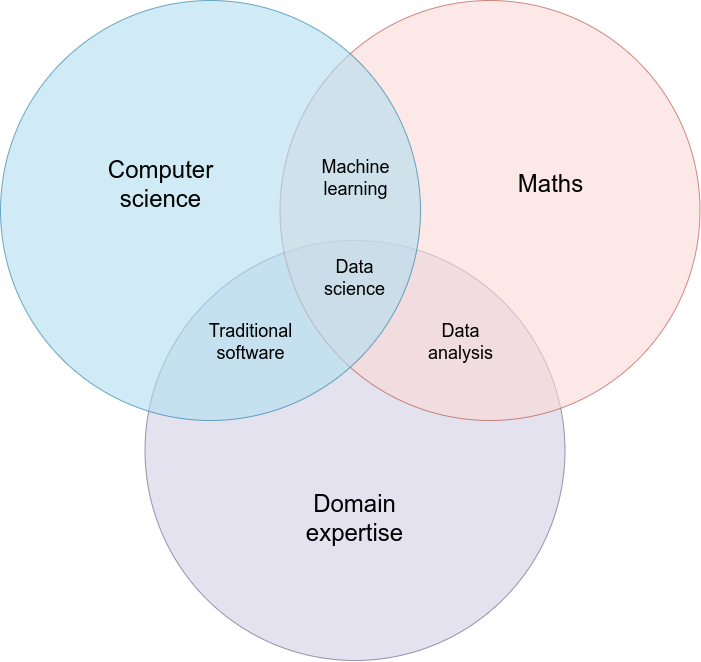
The draw.io diagram diagrams/computer_science_vs_math_vs_domain_expertise.drawio.png in ryndovaira-org/data_science_lectures, before a commit. Source tidied: cells renumbered, new cells last; positions are measured from the earlier drawing's top-left corner, leaving out a move shared by most shapes.
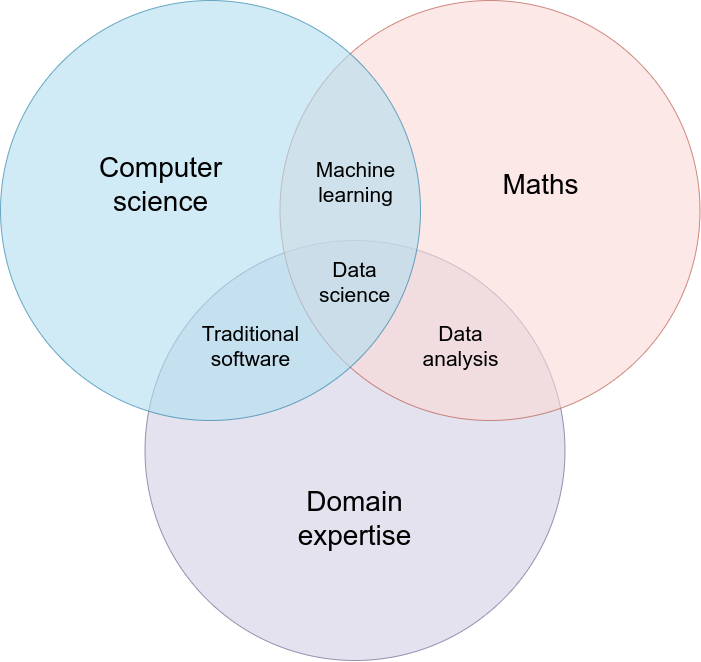
After the change.

The edit, as a diff of the source:
```diff
@@ -11,25 +11,25 @@
     <mxCell id="4" style="ellipse;fillColor=#b1ddf0;opacity=60;strokeColor=#10739e;html=1;fontSize=19;rotation=0;" parent="1" vertex="1">
       <mxGeometry width="420" height="420" as="geometry" />
     </mxCell>
-    <mxCell id="5" value="&lt;div style=&quot;font-size: 24px;&quot;&gt;Computer&lt;/div&gt;&lt;div style=&quot;font-size: 24px;&quot;&gt;science&lt;/div&gt;" style="text;fontSize=24;align=center;verticalAlign=middle;html=1;fontColor=#000000;" parent="1" vertex="1">
+    <mxCell id="5" value="&lt;div style=&quot;font-size: 28px;&quot;&gt;Computer&lt;/div&gt;&lt;div style=&quot;font-size: 28px;&quot;&gt;science&lt;/div&gt;" style="text;fontSize=28;align=center;verticalAlign=middle;html=1;fontColor=#000000;" parent="1" vertex="1">
       <mxGeometry x="100" y="143.5" width="120" height="80" as="geometry" />
     </mxCell>
-    <mxCell id="6" value="Maths" style="text;fontSize=24;align=center;verticalAlign=middle;html=1;fontColor=#000000;" parent="1" vertex="1">
-      <mxGeometry x="490" y="143.5" width="120" height="80" as="geometry" />
+    <mxCell id="6" value="Maths" style="text;fontSize=28;align=center;verticalAlign=middle;html=1;fontColor=#000000;" parent="1" vertex="1">
+      <mxGeometry x="480" y="143.5" width="120" height="80" as="geometry" />
     </mxCell>
-    <mxCell id="7" value="&lt;div style=&quot;font-size: 24px;&quot;&gt;Domain&lt;/div&gt;&lt;div style=&quot;font-size: 24px;&quot;&gt;expertise&lt;/div&gt;" style="text;fontSize=24;align=center;verticalAlign=middle;html=1;fontColor=#000000;" parent="1" vertex="1">
+    <mxCell id="7" value="&lt;div style=&quot;font-size: 28px;&quot;&gt;Domain&lt;/div&gt;&lt;div style=&quot;font-size: 28px;&quot;&gt;expertise&lt;/div&gt;" style="text;fontSize=28;align=center;verticalAlign=middle;html=1;fontColor=#000000;" parent="1" vertex="1">
       <mxGeometry x="294" y="480" width="120" height="76.5" as="geometry" />
     </mxCell>
-    <mxCell id="8" value="Machine &lt;br&gt;learning" style="text;align=center;html=1;fontColor=#000000;fontSize=18;" parent="1" vertex="1">
+    <mxCell id="8" value="Machine &lt;br style=&quot;font-size: 21px;&quot;&gt;learning" style="text;align=center;html=1;fontColor=#000000;fontSize=21;" parent="1" vertex="1">
       <mxGeometry x="334.5" y="150" width="40" height="40" as="geometry" />
     </mxCell>
-    <mxCell id="9" value="Traditional &lt;br&gt;software" style="text;align=center;html=1;fontColor=#000000;fontSize=18;" parent="1" vertex="1">
+    <mxCell id="9" value="Traditional &lt;br style=&quot;font-size: 21px;&quot;&gt;software" style="text;align=center;html=1;fontColor=#000000;fontSize=21;" parent="1" vertex="1">
       <mxGeometry x="230" y="314" width="40" height="40" as="geometry" />
     </mxCell>
-    <mxCell id="10" value="Data &lt;br&gt;analysis" style="text;align=center;html=1;fontColor=#000000;fontSize=18;" parent="1" vertex="1">
+    <mxCell id="10" value="Data &lt;br style=&quot;font-size: 21px;&quot;&gt;analysis" style="text;align=center;html=1;fontColor=#000000;fontSize=21;" parent="1" vertex="1">
       <mxGeometry x="440" y="314" width="40" height="40" as="geometry" />
     </mxCell>
-    <mxCell id="11" value="Data &lt;br&gt;science" style="text;align=center;html=1;fontColor=#000000;fontSize=18;" parent="1" vertex="1">
+    <mxCell id="11" value="Data &lt;br style=&quot;font-size: 21px;&quot;&gt;science" style="text;align=center;html=1;fontColor=#000000;fontSize=21;" parent="1" vertex="1">
       <mxGeometry x="334" y="250" width="40" height="40" as="geometry" />
     </mxCell>
   </root>
```
